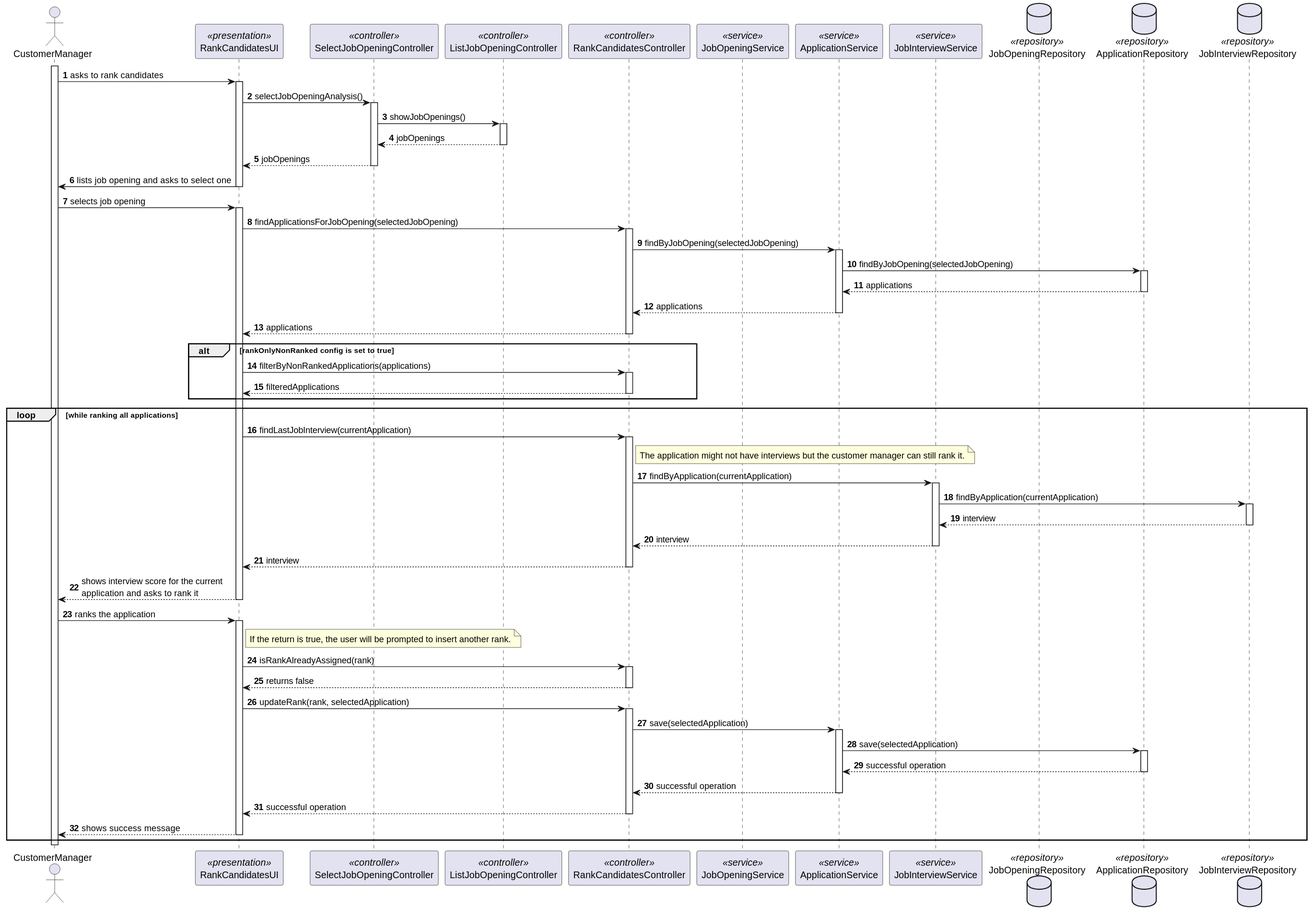
The PlantUML diagram docs/SprintC/rank-candidates-for-job-opening/sequence-diagram.svg in MiguelCardoso77/LAPR4, before a commit.
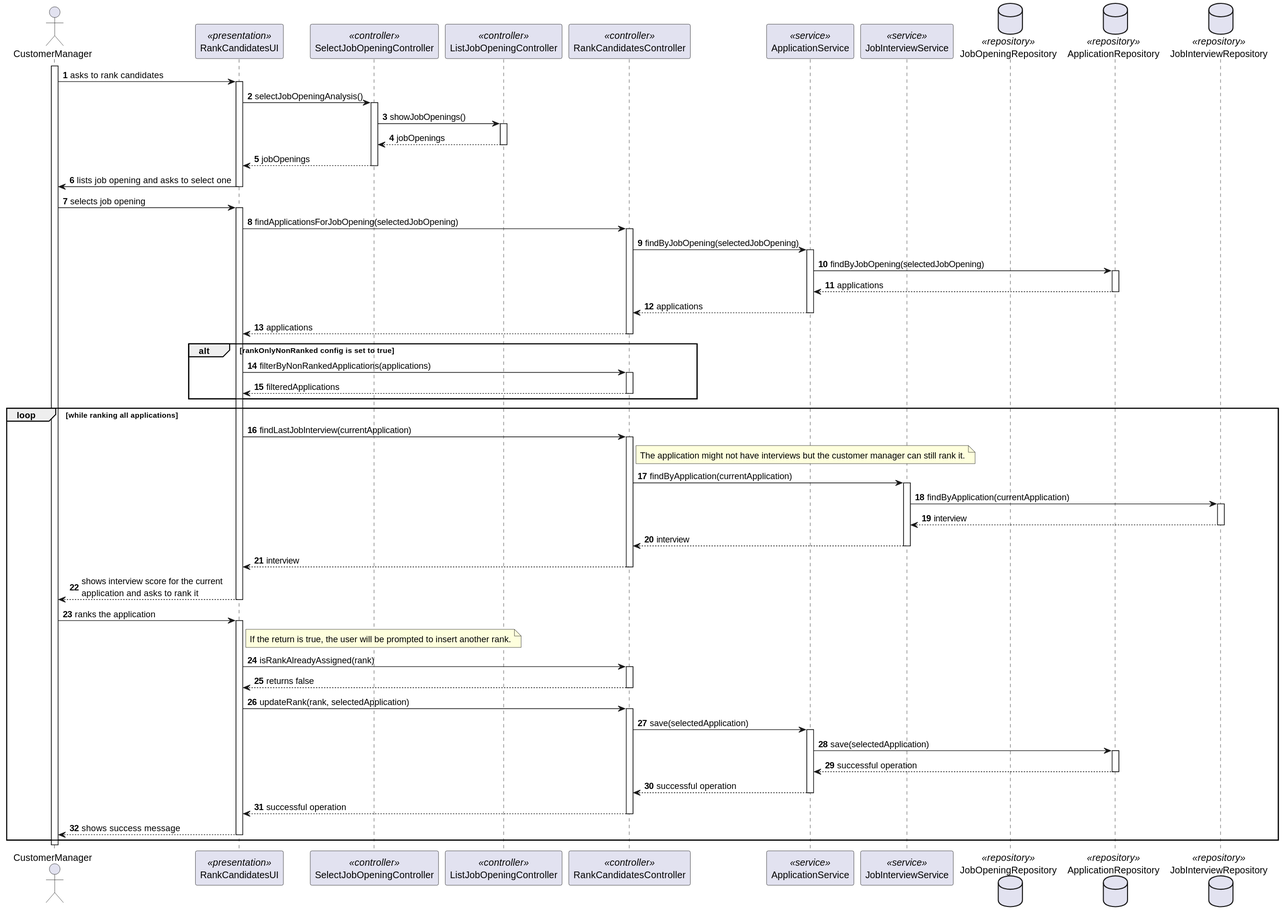
The same diagram one commit later.

Diff of the diagram source:
```diff
@@ -8,7 +8,6 @@
 participant ListJobOpeningController <<controller>>
 participant RankCandidatesController <<controller>>
 
-participant JobOpeningService <<service>>
 participant ApplicationService <<service>>
 participant JobInterviewService <<service>>
 
```
